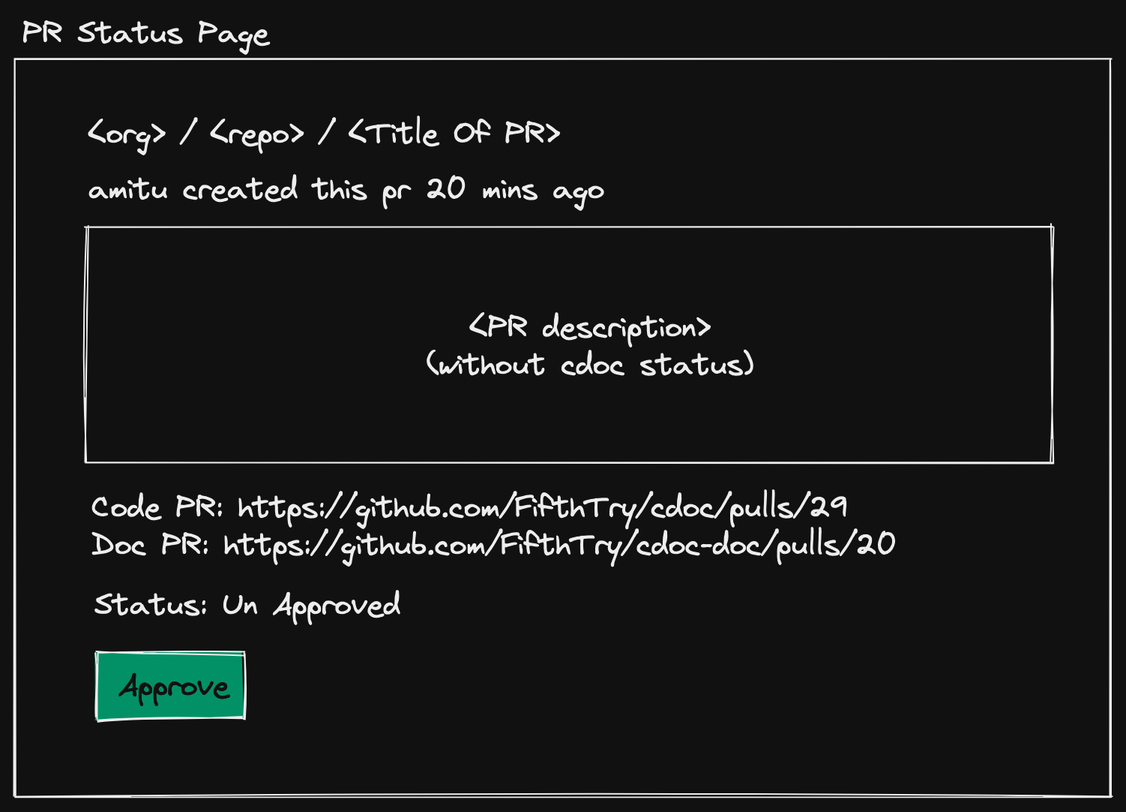
Above: images/pr-status-page-dark.png in FifthTry/cdoc-doc (Excalidraw), before the change. Source tidied: one line per element, renumbered; positions are measured from the earlier drawing's top-left corner, leaving out a move shared by most shapes.
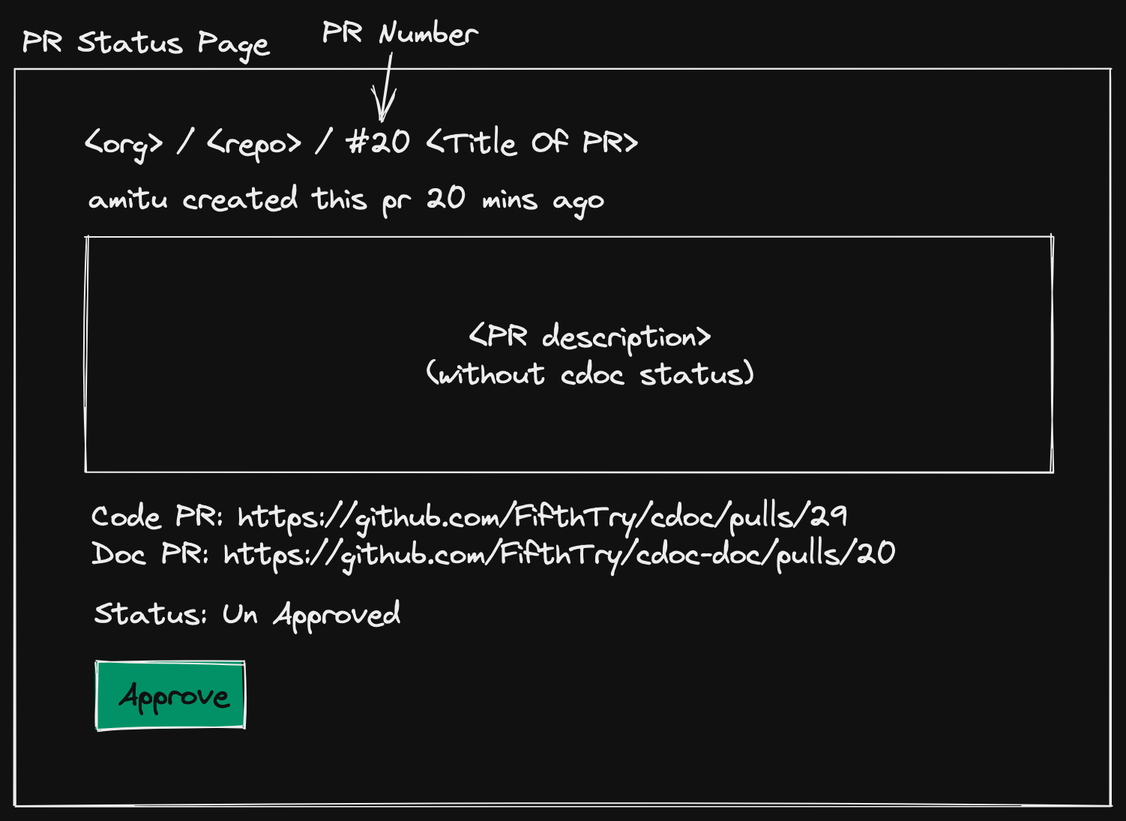
The same diagram one commit later.

What changed in the source:
```diff
@@ -3,8 +3,10 @@
 {"id": 2, "type": "rectangle", "strokeColor": "#000000", "strokeWidth": 1, "roughness": 1, "x": 47, "y": 141, "width": 645, "height": 157}
 {"id": 3, "type": "text", "text": "amitu created this pr 20 mins ago", "strokeColor": "#000000", "strokeWidth": 1, "roughness": 1, "fontSize": 20, "fontFamily": 1, "x": 49, "y": 104, "width": 345, "height": 25}
 {"id": 4, "type": "text", "text": "<PR description>\n(without cdoc status)", "strokeColor": "#000000", "strokeWidth": 1, "roughness": 1, "fontSize": 20, "fontFamily": 1, "textAlign": "center", "x": 274, "y": 196, "width": 219, "height": 50}
-{"id": 5, "type": "text", "text": "<org> / <repo> / <Title Of PR>", "strokeColor": "#000000", "strokeWidth": 1, "roughness": 1, "fontSize": 20, "fontFamily": 1, "textAlign": "center", "x": 48, "y": 67, "width": 316, "height": 25}
+{"id": 5, "type": "text", "text": "<org> / <repo> / #20 <Title Of PR>", "strokeColor": "#000000", "strokeWidth": 1, "roughness": 1, "fontSize": 20, "fontFamily": 1, "textAlign": "center", "x": 46, "y": 67, "width": 370, "height": 25}
 {"id": 6, "type": "text", "text": "Code PR: https://github.com/FifthTry/cdoc/pulls/29\nDoc PR: https://github.com/FifthTry/cdoc-doc/pulls/20", "strokeColor": "#000000", "strokeWidth": 1, "roughness": 1, "fontSize": 20, "fontFamily": 1, "x": 51, "y": 316, "width": 538, "height": 50}
 {"id": 7, "type": "text", "text": "Status: Un Approved", "strokeColor": "#000000", "strokeWidth": 1, "roughness": 1, "fontSize": 20, "fontFamily": 1, "x": 53, "y": 381, "width": 205, "height": 25}
 {"id": 8, "type": "rectangle", "strokeColor": "#000000", "backgroundColor": "#12b886", "fillStyle": "solid", "strokeWidth": 1, "roughness": 1, "x": 55, "y": 425, "width": 98, "height": 44}
 {"id": 9, "type": "text", "text": "Approve", "strokeColor": "#ffffff", "strokeWidth": 1, "roughness": 1, "fontSize": 20, "fontFamily": 1, "x": 69, "y": 435, "width": 75, "height": 25}
+{"id": 10, "type": "text", "text": "PR Number", "strokeColor": "#000000", "strokeWidth": 1, "roughness": 1, "fontSize": 20, "fontFamily": 1, "x": 205, "y": -7, "width": 105, "height": 25}
+{"id": 11, "type": "arrow", "strokeColor": "#000000", "strokeWidth": 1, "roughness": 1, "endArrowhead": "arrow", "from": 10, "to": 5, "x": 251, "y": 19, "width": 8, "height": 44, "points": [[0, 0], [-8, 44]]}
```
